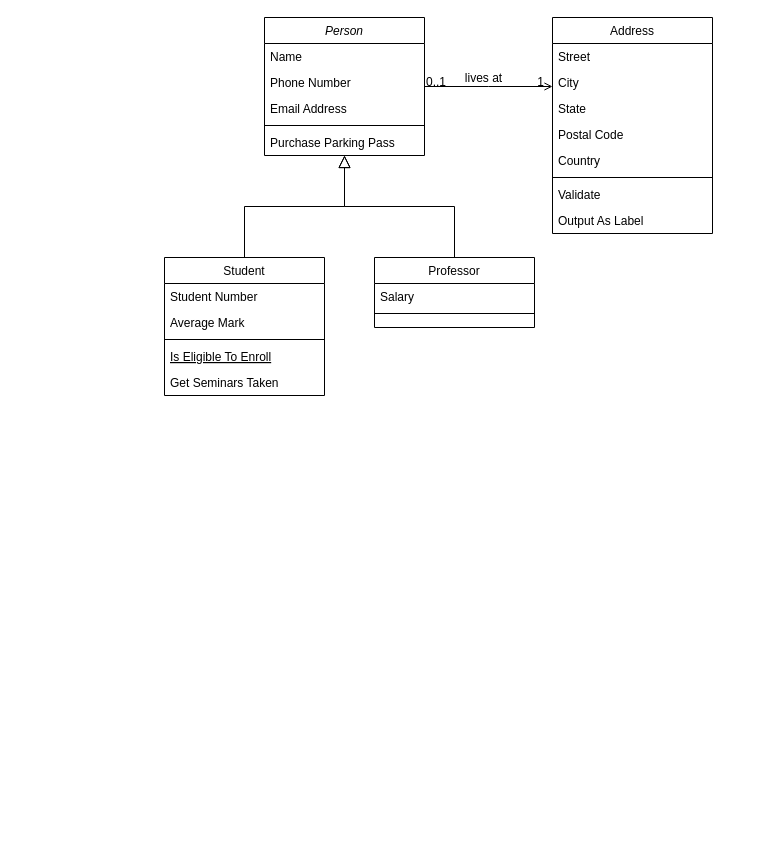
Above: Untitled Diagram.drawio in MatousJobanek/diagrams (draw.io), before the change. Source tidied: cells renumbered, new cells numbered last; positions are measured from the earlier drawing's top-left corner, leaving out a move shared by most shapes. Both pictures are drawn from the tidied source at 100%, with x=0, y=0 at pixel (164, 17).
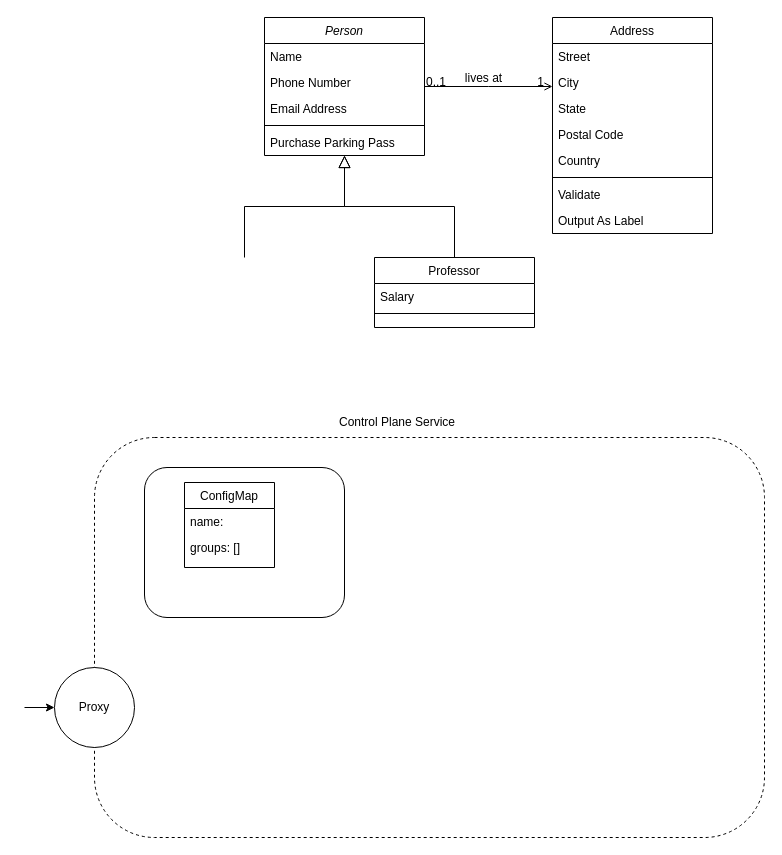
The same page after the edit.

Unchanged cells that the change refers to:
```xml
<mxCell id="2" value="Person" style="swimlane;fontStyle=2;align=center;verticalAlign=top;horizontal=1;startSize=26;rounded=0;shadow=0;strokeWidth=1;" parent="1" vertex="1">
  <mxGeometry x="100" width="160" height="138" as="geometry" />
</mxCell>
```

Diff of the diagram source:
```diff
@@
-    <mxCell id="8" value="Student" style="swimlane;fontStyle=0;align=center;verticalAlign=top;horizontal=1;startSize=26;rounded=0;shadow=0;strokeWidth=1;" parent="1" vertex="1">
-      <mxGeometry y="240" width="160" height="138" as="geometry" />
-    </mxCell>
-    <mxCell id="9" value="Student Number" style="text;align=left;verticalAlign=top;spacingLeft=4;spacingRight=4;overflow=hidden;" parent="8" vertex="1">
-      <mxGeometry y="26" width="160" height="26" as="geometry" />
-    </mxCell>
-    <mxCell id="10" value="Average Mark" style="text;align=left;verticalAlign=top;spacingLeft=4;spacingRight=4;overflow=hidden;rounded=0;shadow=0;html=0;" parent="8" vertex="1">
-      <mxGeometry y="52" width="160" height="26" as="geometry" />
-    </mxCell>
-    <mxCell id="11" style="line;html=1;strokeWidth=1;align=left;verticalAlign=middle;spacingTop=-1;spacingLeft=3;spacingRight=3;labelPosition=right;" parent="8" vertex="1">
-      <mxGeometry y="78" width="160" height="8" as="geometry" />
-    </mxCell>
-    <mxCell id="12" value="Is Eligible To Enroll" style="text;align=left;verticalAlign=top;spacingLeft=4;spacingRight=4;overflow=hidden;fontStyle=4;" parent="8" vertex="1">
-      <mxGeometry y="86" width="160" height="26" as="geometry" />
-    </mxCell>
-    <mxCell id="13" value="Get Seminars Taken" style="text;align=left;verticalAlign=top;spacingLeft=4;spacingRight=4;overflow=hidden;" parent="8" vertex="1">
-      <mxGeometry y="112" width="160" height="26" as="geometry" />
-    </mxCell>
-    <mxCell id="14" style="endArrow=block;endSize=10;endFill=0;shadow=0;strokeWidth=1;rounded=0;edgeStyle=elbowEdgeStyle;elbow=vertical;" parent="1" edge="1" source="8" target="2">
-      <mxGeometry relative="1" as="geometry" />
+    <mxCell id="14" style="endArrow=block;endSize=10;endFill=0;shadow=0;strokeWidth=1;rounded=0;edgeStyle=elbowEdgeStyle;elbow=vertical;" parent="1" edge="1" target="2">
+      <mxGeometry relative="1" as="geometry">
+        <mxPoint x="80" y="240" as="sourcePoint" />
+      </mxGeometry>
     </mxCell>
@@
+    <mxCell id="32" style="rounded=1;whiteSpace=wrap;html=1;dashed=1;fillColor=none;" parent="1" vertex="1">
+      <mxGeometry x="-70" y="420" width="670" height="400" as="geometry" />
+    </mxCell>
+    <mxCell id="33" value="Proxy" style="ellipse;whiteSpace=wrap;html=1;" parent="1" vertex="1">
+      <mxGeometry x="-110" y="650" width="80" height="80" as="geometry" />
+    </mxCell>
+    <mxCell id="34" value="Control Plane Service" style="text;html=1;strokeColor=none;fillColor=none;align=center;verticalAlign=middle;whiteSpace=wrap;rounded=0;dashed=1;" parent="1" vertex="1">
+      <mxGeometry x="173" y="390" width="120" height="30" as="geometry" />
+    </mxCell>
+    <mxCell id="35" value="ConfigMap" style="swimlane;fontStyle=0;align=center;verticalAlign=top;horizontal=1;startSize=26;rounded=0;shadow=0;strokeWidth=1;" parent="1" vertex="1">
+      <mxGeometry x="20" y="465" width="90" height="85" as="geometry" />
+    </mxCell>
+    <mxCell id="36" value="name:    " style="text;align=left;verticalAlign=top;spacingLeft=4;spacingRight=4;overflow=hidden;points=[[0,0.5],[1,0.5]];portConstraint=eastwest;" parent="35" vertex="1">
+      <mxGeometry y="26" width="90" height="26" as="geometry" />
+    </mxCell>
+    <mxCell id="37" value="groups: []" style="text;align=left;verticalAlign=top;spacingLeft=4;spacingRight=4;overflow=hidden;rounded=0;shadow=0;html=0;" parent="35" vertex="1">
+      <mxGeometry y="52" width="90" height="26" as="geometry" />
+    </mxCell>
+    <mxCell id="38" style="edgeStyle=orthogonalEdgeStyle;rounded=0;orthogonalLoop=1;jettySize=auto;html=1;exitX=1;exitY=0.5;exitDx=0;exitDy=0;" parent="35" edge="1" source="36" target="36">
+      <mxGeometry relative="1" as="geometry" />
+    </mxCell>
+    <mxCell id="39" style="rounded=1;whiteSpace=wrap;html=1;fillColor=none;" parent="1" vertex="1">
+      <mxGeometry x="-20" y="450" width="200" height="150" as="geometry" />
+    </mxCell>
+    <mxCell id="40" style="endArrow=classic;html=1;rounded=0;" parent="1" edge="1" target="33">
+      <mxGeometry relative="1" as="geometry">
+        <mxPoint x="-140" y="690" as="sourcePoint" />
+      </mxGeometry>
+    </mxCell>
```
